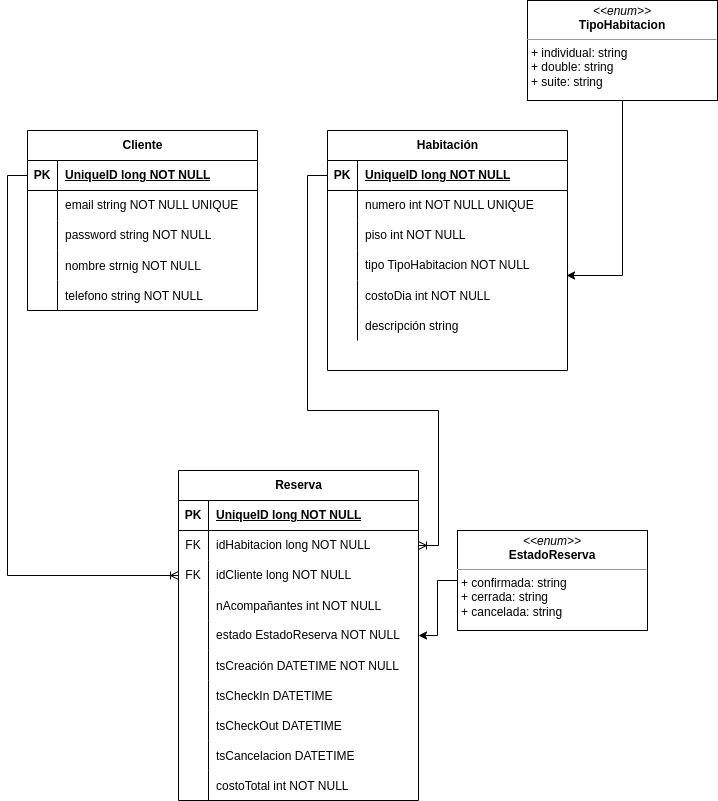
This is ReservasHotelRelacional.drawio.png from Fhv75/Proyecto-Hotel, a draw.io export, as it was before one commit. Source tidied: cells renumbered, new cells last; positions are measured from the earlier drawing's top-left corner, leaving out a move shared by most shapes. The source it was exported from:
```xml
<mxGraphModel>
  <root>
    <mxCell id="0" />
    <mxCell id="1" parent="0" />
    <mxCell id="2" value="Cliente" style="shape=table;startSize=30;rowLines=0;fontStyle=1;align=center;html=1;" parent="1" vertex="1">
      <mxGeometry y="130" width="230" height="180" as="geometry" />
    </mxCell>
    <mxCell id="3" style="shape=tableRow;horizontal=0;startSize=0;swimlaneHead=0;swimlaneBody=0;fillColor=none;points=[[0,0.5],[1,0.5]];portConstraint=eastwest;top=0;left=0;right=0;bottom=1;" parent="2" vertex="1">
      <mxGeometry y="30" width="230" height="30" as="geometry" />
    </mxCell>
    <mxCell id="4" value="PK" style="shape=partialRectangle;fillColor=none;top=0;left=0;bottom=0;right=0;fontStyle=1;overflow=hidden;whiteSpace=wrap;html=1;" parent="3" vertex="1">
      <mxGeometry width="30" height="30" as="geometry" />
    </mxCell>
    <mxCell id="5" value="UniqueID long NOT NULL" style="shape=partialRectangle;fillColor=none;top=0;left=0;bottom=0;right=0;align=left;spacingLeft=6;fontStyle=5;overflow=hidden;whiteSpace=wrap;html=1;" parent="3" vertex="1">
      <mxGeometry x="30" width="200" height="30" as="geometry" />
    </mxCell>
    <mxCell id="6" style="shape=tableRow;horizontal=0;startSize=0;swimlaneHead=0;swimlaneBody=0;fillColor=none;top=0;left=0;right=0;bottom=0;" parent="2" vertex="1">
      <mxGeometry y="60" width="230" height="30" as="geometry" />
    </mxCell>
    <mxCell id="7" style="shape=partialRectangle;fillColor=none;top=0;left=0;bottom=0;right=0;overflow=hidden;whiteSpace=wrap;html=1;" parent="6" vertex="1">
      <mxGeometry width="30" height="30" as="geometry" />
    </mxCell>
    <mxCell id="8" value="email string NOT NULL UNIQUE" style="shape=partialRectangle;fillColor=none;top=0;left=0;bottom=0;right=0;align=left;spacingLeft=6;overflow=hidden;whiteSpace=wrap;html=1;" parent="6" vertex="1">
      <mxGeometry x="30" width="200" height="30" as="geometry" />
    </mxCell>
    <mxCell id="9" style="shape=tableRow;horizontal=0;startSize=0;swimlaneHead=0;swimlaneBody=0;fillColor=none;top=0;left=0;right=0;bottom=0;" parent="2" vertex="1">
      <mxGeometry y="90" width="230" height="30" as="geometry" />
    </mxCell>
    <mxCell id="10" style="shape=partialRectangle;fillColor=none;top=0;left=0;bottom=0;right=0;overflow=hidden;whiteSpace=wrap;html=1;" parent="9" vertex="1">
      <mxGeometry width="30" height="30" as="geometry" />
    </mxCell>
    <mxCell id="11" value="password string NOT NULL" style="shape=partialRectangle;fillColor=none;top=0;left=0;bottom=0;right=0;align=left;spacingLeft=6;overflow=hidden;whiteSpace=wrap;html=1;" parent="9" vertex="1">
      <mxGeometry x="30" width="200" height="30" as="geometry" />
    </mxCell>
    <mxCell id="12" style="shape=tableRow;horizontal=0;startSize=0;swimlaneHead=0;swimlaneBody=0;fillColor=none;top=0;left=0;right=0;bottom=0;" parent="2" vertex="1">
      <mxGeometry y="120" width="230" height="30" as="geometry" />
    </mxCell>
    <mxCell id="13" style="shape=partialRectangle;fillColor=none;top=0;left=0;bottom=0;right=0;overflow=hidden;" parent="12" vertex="1">
      <mxGeometry width="30" height="30" as="geometry" />
    </mxCell>
    <mxCell id="14" value="nombre strnig NOT NULL" style="shape=partialRectangle;fillColor=none;top=0;left=0;bottom=0;right=0;align=left;spacingLeft=6;overflow=hidden;" parent="12" vertex="1">
      <mxGeometry x="30" width="200" height="30" as="geometry" />
    </mxCell>
    <mxCell id="15" style="shape=tableRow;horizontal=0;startSize=0;swimlaneHead=0;swimlaneBody=0;fillColor=none;top=0;left=0;right=0;bottom=0;" parent="2" vertex="1">
      <mxGeometry y="150" width="230" height="30" as="geometry" />
    </mxCell>
    <mxCell id="16" style="shape=partialRectangle;fillColor=none;top=0;left=0;bottom=0;right=0;overflow=hidden;" parent="15" vertex="1">
      <mxGeometry width="30" height="30" as="geometry" />
    </mxCell>
    <mxCell id="17" value="telefono string NOT NULL" style="shape=partialRectangle;fillColor=none;top=0;left=0;bottom=0;right=0;align=left;spacingLeft=6;overflow=hidden;" parent="15" vertex="1">
      <mxGeometry x="30" width="200" height="30" as="geometry" />
    </mxCell>
    <mxCell id="18" value="Habitación" style="shape=table;startSize=30;rowLines=0;fontStyle=1;align=center;html=1;" parent="1" vertex="1">
      <mxGeometry x="300" y="130" width="240" height="240" as="geometry" />
    </mxCell>
    <mxCell id="19" style="shape=tableRow;horizontal=0;startSize=0;swimlaneHead=0;swimlaneBody=0;fillColor=none;points=[[0,0.5],[1,0.5]];portConstraint=eastwest;top=0;left=0;right=0;bottom=1;" parent="18" vertex="1">
      <mxGeometry y="30" width="240" height="30" as="geometry" />
    </mxCell>
    <mxCell id="20" value="PK" style="shape=partialRectangle;fillColor=none;top=0;left=0;bottom=0;right=0;fontStyle=1;overflow=hidden;whiteSpace=wrap;html=1;" parent="19" vertex="1">
      <mxGeometry width="30" height="30" as="geometry" />
    </mxCell>
    <mxCell id="21" value="UniqueID long NOT NULL" style="shape=partialRectangle;fillColor=none;top=0;left=0;bottom=0;right=0;align=left;spacingLeft=6;fontStyle=5;overflow=hidden;whiteSpace=wrap;html=1;" parent="19" vertex="1">
      <mxGeometry x="30" width="210" height="30" as="geometry" />
    </mxCell>
    <mxCell id="22" style="shape=tableRow;horizontal=0;startSize=0;swimlaneHead=0;swimlaneBody=0;fillColor=none;top=0;left=0;right=0;bottom=0;" parent="18" vertex="1">
      <mxGeometry y="60" width="240" height="30" as="geometry" />
    </mxCell>
    <mxCell id="23" style="shape=partialRectangle;fillColor=none;top=0;left=0;bottom=0;right=0;overflow=hidden;whiteSpace=wrap;html=1;" parent="22" vertex="1">
      <mxGeometry width="30" height="30" as="geometry" />
    </mxCell>
    <mxCell id="24" value="numero int NOT NULL UNIQUE" style="shape=partialRectangle;fillColor=none;top=0;left=0;bottom=0;right=0;align=left;spacingLeft=6;overflow=hidden;whiteSpace=wrap;html=1;" parent="22" vertex="1">
      <mxGeometry x="30" width="210" height="30" as="geometry" />
    </mxCell>
    <mxCell id="25" style="shape=tableRow;horizontal=0;startSize=0;swimlaneHead=0;swimlaneBody=0;fillColor=none;top=0;left=0;right=0;bottom=0;" parent="18" vertex="1">
      <mxGeometry y="90" width="240" height="30" as="geometry" />
    </mxCell>
    <mxCell id="26" style="shape=partialRectangle;fillColor=none;top=0;left=0;bottom=0;right=0;overflow=hidden;whiteSpace=wrap;html=1;" parent="25" vertex="1">
      <mxGeometry width="30" height="30" as="geometry" />
    </mxCell>
    <mxCell id="27" value="piso int NOT NULL" style="shape=partialRectangle;fillColor=none;top=0;left=0;bottom=0;right=0;align=left;spacingLeft=6;overflow=hidden;whiteSpace=wrap;html=1;" parent="25" vertex="1">
      <mxGeometry x="30" width="210" height="30" as="geometry" />
    </mxCell>
    <mxCell id="28" style="shape=tableRow;horizontal=0;startSize=0;swimlaneHead=0;swimlaneBody=0;fillColor=none;points=[[0,0.5],[1,0.5]];portConstraint=eastwest;top=0;left=0;right=0;bottom=0;" parent="18" vertex="1">
      <mxGeometry y="120" width="240" height="30" as="geometry" />
    </mxCell>
    <mxCell id="29" style="shape=partialRectangle;fillColor=none;top=0;left=0;bottom=0;right=0;overflow=hidden;whiteSpace=wrap;html=1;" parent="28" vertex="1">
      <mxGeometry width="30" height="30" as="geometry" />
    </mxCell>
    <mxCell id="30" value="tipo TipoHabitacion NOT NULL" style="shape=partialRectangle;fillColor=none;top=0;left=0;bottom=0;right=0;align=left;spacingLeft=6;overflow=hidden;whiteSpace=wrap;html=1;" parent="28" vertex="1">
      <mxGeometry x="30" width="210" height="30" as="geometry" />
    </mxCell>
    <mxCell id="31" style="shape=tableRow;horizontal=0;startSize=0;swimlaneHead=0;swimlaneBody=0;fillColor=none;top=0;left=0;right=0;bottom=0;" parent="18" vertex="1">
      <mxGeometry y="150" width="240" height="30" as="geometry" />
    </mxCell>
    <mxCell id="32" style="shape=partialRectangle;fillColor=none;top=0;left=0;bottom=0;right=0;overflow=hidden;" parent="31" vertex="1">
      <mxGeometry width="30" height="30" as="geometry" />
    </mxCell>
    <mxCell id="33" value="costoDia int NOT NULL" style="shape=partialRectangle;fillColor=none;top=0;left=0;bottom=0;right=0;align=left;spacingLeft=6;overflow=hidden;" parent="31" vertex="1">
      <mxGeometry x="30" width="210" height="30" as="geometry" />
    </mxCell>
    <mxCell id="34" style="shape=tableRow;horizontal=0;startSize=0;swimlaneHead=0;swimlaneBody=0;fillColor=none;top=0;left=0;right=0;bottom=0;" parent="18" vertex="1">
      <mxGeometry y="180" width="240" height="30" as="geometry" />
    </mxCell>
    <mxCell id="35" style="shape=partialRectangle;fillColor=none;top=0;left=0;bottom=0;right=0;overflow=hidden;" parent="34" vertex="1">
      <mxGeometry width="30" height="30" as="geometry" />
    </mxCell>
    <mxCell id="36" value="descripción string" style="shape=partialRectangle;fillColor=none;top=0;left=0;bottom=0;right=0;align=left;spacingLeft=6;overflow=hidden;" parent="34" vertex="1">
      <mxGeometry x="30" width="210" height="30" as="geometry" />
    </mxCell>
    <mxCell id="37" style="edgeStyle=orthogonalEdgeStyle;rounded=0;jettySize=auto;html=1;entryX=0.996;entryY=0.833;entryDx=0;entryDy=0;entryPerimeter=0;" parent="1" edge="1" source="38" target="28">
      <mxGeometry relative="1" as="geometry" />
    </mxCell>
    <mxCell id="38" value="&lt;p style=&quot;margin:0px;margin-top:4px;text-align:center;&quot;&gt;&lt;i&gt;&amp;lt;&amp;lt;enum&amp;gt;&amp;gt;&lt;/i&gt;&lt;br&gt;&lt;b&gt;TipoHabitacion&lt;/b&gt;&lt;/p&gt;&lt;hr size=&quot;1&quot;&gt;&lt;p style=&quot;margin:0px;margin-left:4px;&quot;&gt;+ individual: string&lt;br&gt;+ double: string&lt;/p&gt;&lt;p style=&quot;margin:0px;margin-left:4px;&quot;&gt;+ suite: string&lt;/p&gt;" style="verticalAlign=top;align=left;overflow=fill;fontSize=12;fontFamily=Helvetica;html=1;whiteSpace=wrap;" parent="1" vertex="1">
      <mxGeometry x="500" width="190" height="100" as="geometry" />
    </mxCell>
    <mxCell id="39" value="Reserva" style="shape=table;startSize=30;rowLines=0;fontStyle=1;align=center;html=1;" parent="1" vertex="1">
      <mxGeometry x="151" y="470" width="240" height="330" as="geometry" />
    </mxCell>
    <mxCell id="40" style="shape=tableRow;horizontal=0;startSize=0;swimlaneHead=0;swimlaneBody=0;fillColor=none;top=0;left=0;right=0;bottom=1;" parent="39" vertex="1">
      <mxGeometry y="30" width="240" height="30" as="geometry" />
    </mxCell>
    <mxCell id="41" value="PK" style="shape=partialRectangle;fillColor=none;top=0;left=0;bottom=0;right=0;fontStyle=1;overflow=hidden;whiteSpace=wrap;html=1;" parent="40" vertex="1">
      <mxGeometry width="30" height="30" as="geometry" />
    </mxCell>
    <mxCell id="42" value="UniqueID long NOT NULL" style="shape=partialRectangle;fillColor=none;top=0;left=0;bottom=0;right=0;align=left;spacingLeft=6;fontStyle=5;overflow=hidden;whiteSpace=wrap;html=1;" parent="40" vertex="1">
      <mxGeometry x="30" width="210" height="30" as="geometry" />
    </mxCell>
    <mxCell id="43" style="shape=tableRow;horizontal=0;startSize=0;swimlaneHead=0;swimlaneBody=0;fillColor=none;points=[[0,0.5],[1,0.5]];portConstraint=eastwest;top=0;left=0;right=0;bottom=0;" parent="39" vertex="1">
      <mxGeometry y="60" width="240" height="30" as="geometry" />
    </mxCell>
    <mxCell id="44" value="FK" style="shape=partialRectangle;fillColor=none;top=0;left=0;bottom=0;right=0;overflow=hidden;whiteSpace=wrap;html=1;" parent="43" vertex="1">
      <mxGeometry width="30" height="30" as="geometry" />
    </mxCell>
    <mxCell id="45" value="idHabitacion long NOT NULL" style="shape=partialRectangle;fillColor=none;top=0;left=0;bottom=0;right=0;align=left;spacingLeft=6;overflow=hidden;whiteSpace=wrap;html=1;" parent="43" vertex="1">
      <mxGeometry x="30" width="210" height="30" as="geometry" />
    </mxCell>
    <mxCell id="46" style="shape=tableRow;horizontal=0;startSize=0;swimlaneHead=0;swimlaneBody=0;fillColor=none;points=[[0,0.5],[1,0.5]];portConstraint=eastwest;top=0;left=0;right=0;bottom=0;" parent="39" vertex="1">
      <mxGeometry y="90" width="240" height="30" as="geometry" />
    </mxCell>
    <mxCell id="47" value="FK" style="shape=partialRectangle;fillColor=none;top=0;left=0;bottom=0;right=0;overflow=hidden;whiteSpace=wrap;html=1;" parent="46" vertex="1">
      <mxGeometry width="30" height="30" as="geometry" />
    </mxCell>
    <mxCell id="48" value="idCliente long NOT NULL" style="shape=partialRectangle;fillColor=none;top=0;left=0;bottom=0;right=0;align=left;spacingLeft=6;overflow=hidden;whiteSpace=wrap;html=1;" parent="46" vertex="1">
      <mxGeometry x="30" width="210" height="30" as="geometry" />
    </mxCell>
    <mxCell id="49" style="shape=tableRow;horizontal=0;startSize=0;swimlaneHead=0;swimlaneBody=0;fillColor=none;top=0;left=0;right=0;bottom=0;" parent="39" vertex="1">
      <mxGeometry y="120" width="240" height="30" as="geometry" />
    </mxCell>
    <mxCell id="50" style="shape=partialRectangle;fillColor=none;top=0;left=0;bottom=0;right=0;overflow=hidden;" parent="49" vertex="1">
      <mxGeometry width="30" height="30" as="geometry" />
    </mxCell>
    <mxCell id="51" value="nAcompañantes int NOT NULL" style="shape=partialRectangle;fillColor=none;top=0;left=0;bottom=0;right=0;align=left;spacingLeft=6;overflow=hidden;" parent="49" vertex="1">
      <mxGeometry x="30" width="210" height="30" as="geometry" />
    </mxCell>
    <mxCell id="52" style="shape=tableRow;horizontal=0;startSize=0;swimlaneHead=0;swimlaneBody=0;fillColor=none;points=[[0,0.5],[1,0.5]];portConstraint=eastwest;top=0;left=0;right=0;bottom=0;" parent="39" vertex="1">
      <mxGeometry y="150" width="240" height="30" as="geometry" />
    </mxCell>
    <mxCell id="53" style="shape=partialRectangle;fillColor=none;top=0;left=0;bottom=0;right=0;overflow=hidden;whiteSpace=wrap;html=1;" parent="52" vertex="1">
      <mxGeometry width="30" height="30" as="geometry" />
    </mxCell>
    <mxCell id="54" value="estado EstadoReserva NOT NULL" style="shape=partialRectangle;fillColor=none;top=0;left=0;bottom=0;right=0;align=left;spacingLeft=6;overflow=hidden;whiteSpace=wrap;html=1;" parent="52" vertex="1">
      <mxGeometry x="30" width="210" height="30" as="geometry" />
    </mxCell>
    <mxCell id="55" style="shape=tableRow;horizontal=0;startSize=0;swimlaneHead=0;swimlaneBody=0;fillColor=none;top=0;left=0;right=0;bottom=0;" parent="39" vertex="1">
      <mxGeometry y="180" width="240" height="30" as="geometry" />
    </mxCell>
    <mxCell id="56" style="shape=partialRectangle;fillColor=none;top=0;left=0;bottom=0;right=0;overflow=hidden;" parent="55" vertex="1">
      <mxGeometry width="30" height="30" as="geometry" />
    </mxCell>
    <mxCell id="57" value="tsCreación DATETIME NOT NULL" style="shape=partialRectangle;fillColor=none;top=0;left=0;bottom=0;right=0;align=left;spacingLeft=6;overflow=hidden;" parent="55" vertex="1">
      <mxGeometry x="30" width="210" height="30" as="geometry" />
    </mxCell>
    <mxCell id="58" style="shape=tableRow;horizontal=0;startSize=0;swimlaneHead=0;swimlaneBody=0;fillColor=none;top=0;left=0;right=0;bottom=0;" parent="39" vertex="1">
      <mxGeometry y="210" width="240" height="30" as="geometry" />
    </mxCell>
    <mxCell id="59" style="shape=partialRectangle;fillColor=none;top=0;left=0;bottom=0;right=0;overflow=hidden;" parent="58" vertex="1">
      <mxGeometry width="30" height="30" as="geometry" />
    </mxCell>
    <mxCell id="60" value="tsCheckIn DATETIME" style="shape=partialRectangle;fillColor=none;top=0;left=0;bottom=0;right=0;align=left;spacingLeft=6;overflow=hidden;" parent="58" vertex="1">
      <mxGeometry x="30" width="210" height="30" as="geometry" />
    </mxCell>
    <mxCell id="61" style="shape=tableRow;horizontal=0;startSize=0;swimlaneHead=0;swimlaneBody=0;fillColor=none;top=0;left=0;right=0;bottom=0;" parent="39" vertex="1">
      <mxGeometry y="240" width="240" height="30" as="geometry" />
    </mxCell>
    <mxCell id="62" style="shape=partialRectangle;fillColor=none;top=0;left=0;bottom=0;right=0;overflow=hidden;" parent="61" vertex="1">
      <mxGeometry width="30" height="30" as="geometry" />
    </mxCell>
    <mxCell id="63" value="tsCheckOut DATETIME" style="shape=partialRectangle;fillColor=none;top=0;left=0;bottom=0;right=0;align=left;spacingLeft=6;overflow=hidden;" parent="61" vertex="1">
      <mxGeometry x="30" width="210" height="30" as="geometry" />
    </mxCell>
    <mxCell id="64" style="shape=tableRow;horizontal=0;startSize=0;swimlaneHead=0;swimlaneBody=0;fillColor=none;top=0;left=0;right=0;bottom=0;" parent="39" vertex="1">
      <mxGeometry y="270" width="240" height="30" as="geometry" />
    </mxCell>
    <mxCell id="65" style="shape=partialRectangle;fillColor=none;top=0;left=0;bottom=0;right=0;overflow=hidden;" parent="64" vertex="1">
      <mxGeometry width="30" height="30" as="geometry" />
    </mxCell>
    <mxCell id="66" value="tsCancelacion DATETIME " style="shape=partialRectangle;fillColor=none;top=0;left=0;bottom=0;right=0;align=left;spacingLeft=6;overflow=hidden;" parent="64" vertex="1">
      <mxGeometry x="30" width="210" height="30" as="geometry" />
    </mxCell>
    <mxCell id="67" style="shape=tableRow;horizontal=0;startSize=0;swimlaneHead=0;swimlaneBody=0;fillColor=none;top=0;left=0;right=0;bottom=0;" parent="39" vertex="1">
      <mxGeometry y="300" width="240" height="30" as="geometry" />
    </mxCell>
    <mxCell id="68" style="shape=partialRectangle;fillColor=none;top=0;left=0;bottom=0;right=0;overflow=hidden;" parent="67" vertex="1">
      <mxGeometry width="30" height="30" as="geometry" />
    </mxCell>
    <mxCell id="69" value="costoTotal int NOT NULL" style="shape=partialRectangle;fillColor=none;top=0;left=0;bottom=0;right=0;align=left;spacingLeft=6;overflow=hidden;" parent="67" vertex="1">
      <mxGeometry x="30" width="210" height="30" as="geometry" />
    </mxCell>
    <mxCell id="70" style="edgeStyle=orthogonalEdgeStyle;rounded=0;jettySize=auto;html=1;entryX=1;entryY=0.5;entryDx=0;entryDy=0;" parent="1" edge="1" source="71" target="52">
      <mxGeometry relative="1" as="geometry" />
    </mxCell>
    <mxCell id="71" value="&lt;p style=&quot;margin:0px;margin-top:4px;text-align:center;&quot;&gt;&lt;i&gt;&amp;lt;&amp;lt;enum&amp;gt;&amp;gt;&lt;/i&gt;&lt;br&gt;&lt;b&gt;EstadoReserva&lt;/b&gt;&lt;/p&gt;&lt;hr size=&quot;1&quot;&gt;&lt;p style=&quot;margin:0px;margin-left:4px;&quot;&gt;+ confirmada: string&lt;br&gt;+ cerrada: string&lt;/p&gt;&lt;p style=&quot;margin:0px;margin-left:4px;&quot;&gt;+ cancelada: string&lt;/p&gt;" style="verticalAlign=top;align=left;overflow=fill;fontSize=12;fontFamily=Helvetica;html=1;whiteSpace=wrap;" parent="1" vertex="1">
      <mxGeometry x="430" y="530" width="190" height="100" as="geometry" />
    </mxCell>
    <mxCell id="72" style="edgeStyle=orthogonalEdgeStyle;rounded=0;jettySize=auto;html=1;entryX=0;entryY=0.5;entryDx=0;entryDy=0;endArrow=ERoneToMany;endFill=0;exitX=0;exitY=0.5;exitDx=0;exitDy=0;" parent="1" edge="1" source="3" target="46">
      <mxGeometry relative="1" as="geometry" />
    </mxCell>
    <mxCell id="73" style="edgeStyle=orthogonalEdgeStyle;rounded=0;jettySize=auto;html=1;entryX=1;entryY=0.5;entryDx=0;entryDy=0;endArrow=ERoneToMany;endFill=0;" parent="1" edge="1" source="19" target="43">
      <mxGeometry relative="1" as="geometry">
        <Array as="points">
          <mxPoint x="280" y="175" />
          <mxPoint x="280" y="410" />
          <mxPoint x="411" y="410" />
          <mxPoint x="411" y="545" />
        </Array>
      </mxGeometry>
    </mxCell>
  </root>
</mxGraphModel>
```
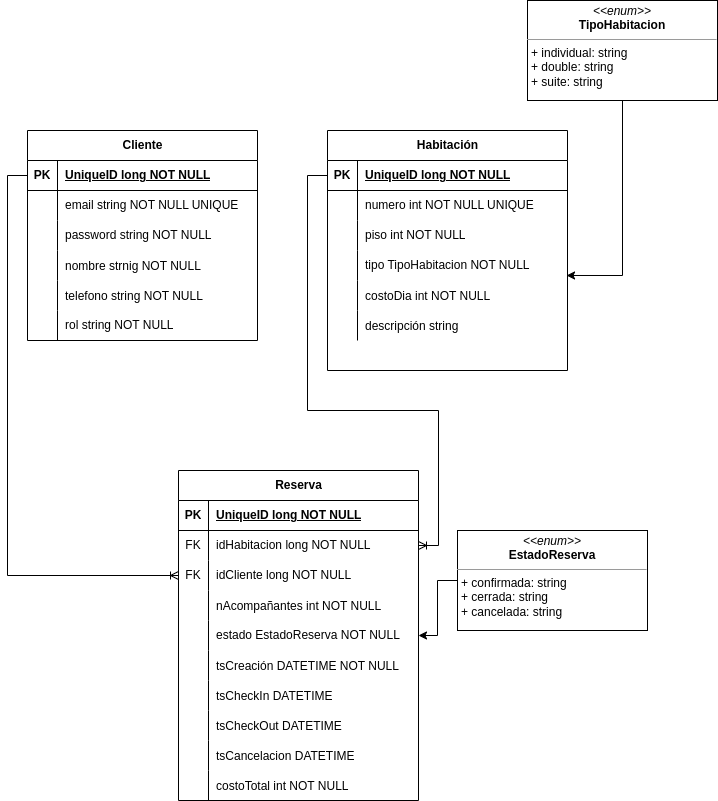
Above is the later version.

Diff of the diagram source:
```diff
@@ -3,7 +3,7 @@
     <mxCell id="0" />
     <mxCell id="1" parent="0" />
     <mxCell id="2" value="Cliente" style="shape=table;startSize=30;rowLines=0;fontStyle=1;align=center;html=1;" parent="1" vertex="1">
-      <mxGeometry y="130" width="230" height="180" as="geometry" />
+      <mxGeometry y="130" width="230" height="210" as="geometry" />
     </mxCell>
     <mxCell id="3" style="shape=tableRow;horizontal=0;startSize=0;swimlaneHead=0;swimlaneBody=0;fillColor=none;points=[[0,0.5],[1,0.5]];portConstraint=eastwest;top=0;left=0;right=0;bottom=1;" parent="2" vertex="1">
       <mxGeometry y="30" width="230" height="30" as="geometry" />
@@ -50,6 +50,15 @@
     <mxCell id="17" value="telefono string NOT NULL" style="shape=partialRectangle;fillColor=none;top=0;left=0;bottom=0;right=0;align=left;spacingLeft=6;overflow=hidden;" parent="15" vertex="1">
       <mxGeometry x="30" width="200" height="30" as="geometry" />
     </mxCell>
+    <mxCell id="74" style="shape=tableRow;horizontal=0;startSize=0;swimlaneHead=0;swimlaneBody=0;fillColor=none;top=0;left=0;right=0;bottom=0;" parent="2" vertex="1">
+      <mxGeometry y="180" width="230" height="30" as="geometry" />
+    </mxCell>
+    <mxCell id="75" style="shape=partialRectangle;fillColor=none;top=0;left=0;bottom=0;right=0;fontStyle=0;overflow=hidden;whiteSpace=wrap;html=1;" parent="74" vertex="1">
+      <mxGeometry width="30" height="30" as="geometry" />
+    </mxCell>
+    <mxCell id="76" value="rol string NOT NULL" style="shape=partialRectangle;fillColor=none;top=0;left=0;bottom=0;right=0;align=left;spacingLeft=6;fontStyle=0;overflow=hidden;whiteSpace=wrap;html=1;" parent="74" vertex="1">
+      <mxGeometry x="30" width="200" height="30" as="geometry" />
+    </mxCell>
     <mxCell id="18" value="Habitación" style="shape=table;startSize=30;rowLines=0;fontStyle=1;align=center;html=1;" parent="1" vertex="1">
       <mxGeometry x="300" y="130" width="240" height="240" as="geometry" />
     </mxCell>
```
